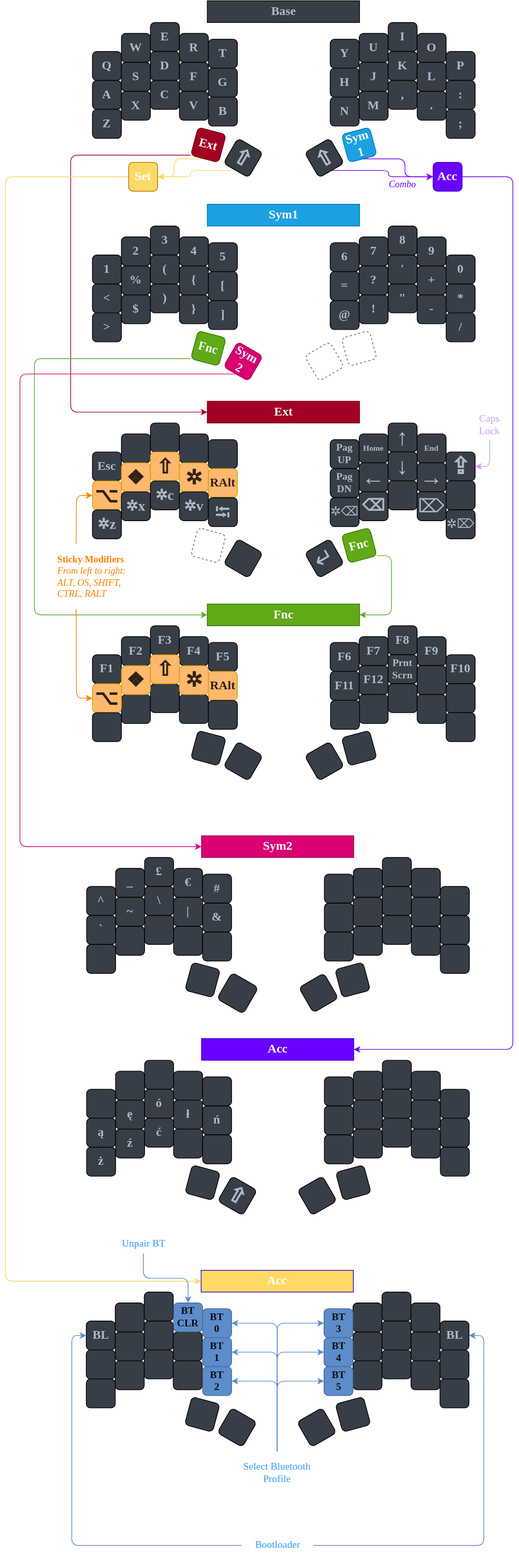
Above: custom.drawio.svg in skyferix/zmk-sweep (draw.io), before the change. Source tidied: cells renumbered, new cells last; positions are measured from the earlier drawing's top-left corner, leaving out a move shared by most shapes.
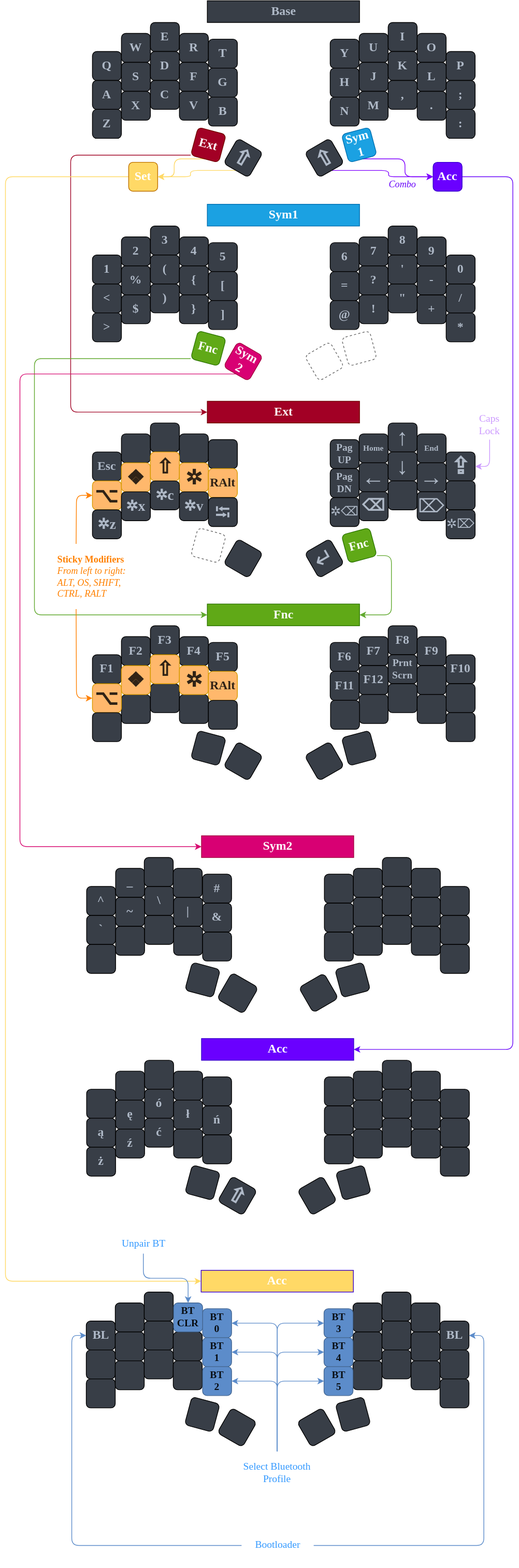
Above is the later version.

The edit, as a diff of the source:
```diff
@@ -97,7 +97,7 @@
       <mxGeometry x="568" y="85" width="40" height="40" as="geometry" />
     </mxCell>
     <mxCell id="31" value=":" style="whiteSpace=wrap;html=1;fontSize=17;fontFamily=Verdana;fontStyle=1;fontColor=#AFB9C7;fillColor=#383E47;rounded=1;" parent="1" vertex="1">
-      <mxGeometry x="608" y="110" width="40" height="40" as="geometry" />
+      <mxGeometry x="608" y="150" width="40" height="40" as="geometry" />
     </mxCell>
     <mxCell id="32" value="N" style="whiteSpace=wrap;html=1;fontSize=17;fontFamily=Verdana;fontStyle=1;fontColor=#AFB9C7;fillColor=#383E47;rounded=1;" parent="1" vertex="1">
       <mxGeometry x="448" y="133" width="40" height="40" as="geometry" />
@@ -112,7 +112,7 @@
       <mxGeometry x="568" y="125" width="40" height="40" as="geometry" />
     </mxCell>
     <mxCell id="36" value=";" style="whiteSpace=wrap;html=1;fontSize=17;fontFamily=Verdana;fontStyle=1;fontColor=#AFB9C7;fillColor=#383E47;rounded=1;" parent="1" vertex="1">
-      <mxGeometry x="608" y="150" width="40" height="40" as="geometry" />
+      <mxGeometry x="608" y="110" width="40" height="40" as="geometry" />
     </mxCell>
     <mxCell id="37" style="edgeStyle=orthogonalEdgeStyle;rounded=1;jettySize=auto;html=1;exitX=0.5;exitY=1;exitDx=0;exitDy=0;entryX=0;entryY=0.5;entryDx=0;entryDy=0;fontFamily=Verdana;fontSize=14;fontColor=#6906F9;strokeColor=#7F00FF;" parent="1" edge="1" source="38" target="115">
       <mxGeometry relative="1" as="geometry" />
@@ -221,10 +221,10 @@
       <mxGeometry x="528" y="351" width="40" height="40" as="geometry" />
     </mxCell>
     <mxCell id="69" value="+" style="whiteSpace=wrap;html=1;fontSize=17;fontFamily=Verdana;fontStyle=1;fontColor=#AFB9C7;fillColor=#383E47;rounded=1;" parent="1" vertex="1">
-      <mxGeometry x="568" y="366" width="40" height="40" as="geometry" />
+      <mxGeometry x="568" y="406" width="40" height="40" as="geometry" />
     </mxCell>
     <mxCell id="70" value="*" style="whiteSpace=wrap;html=1;fontSize=17;fontFamily=Verdana;fontStyle=1;fontColor=#AFB9C7;fillColor=#383E47;rounded=1;" parent="1" vertex="1">
-      <mxGeometry x="608" y="391" width="40" height="40" as="geometry" />
+      <mxGeometry x="608" y="431" width="40" height="40" as="geometry" />
     </mxCell>
     <mxCell id="71" value="@" style="whiteSpace=wrap;html=1;fontSize=17;fontFamily=Verdana;fontStyle=1;fontColor=#AFB9C7;fillColor=#383E47;rounded=1;" parent="1" vertex="1">
       <mxGeometry x="448" y="414" width="40" height="40" as="geometry" />
@@ -236,10 +236,10 @@
       <mxGeometry x="528" y="391" width="40" height="40" as="geometry" />
     </mxCell>
     <mxCell id="74" value="-" style="whiteSpace=wrap;html=1;fontSize=17;fontFamily=Verdana;fontStyle=1;fontColor=#AFB9C7;fillColor=#383E47;rounded=1;" parent="1" vertex="1">
-      <mxGeometry x="568" y="406" width="40" height="40" as="geometry" />
+      <mxGeometry x="568" y="366" width="40" height="40" as="geometry" />
     </mxCell>
     <mxCell id="75" value="/" style="whiteSpace=wrap;html=1;fontSize=17;fontFamily=Verdana;fontStyle=1;fontColor=#AFB9C7;fillColor=#383E47;rounded=1;" parent="1" vertex="1">
-      <mxGeometry x="608" y="431" width="40" height="40" as="geometry" />
+      <mxGeometry x="608" y="391" width="40" height="40" as="geometry" />
     </mxCell>
     <mxCell id="76" style="whiteSpace=wrap;html=1;rotation=-15;fontSize=17;fontFamily=Verdana;fontStyle=1;fontColor=#333333;fillColor=none;strokeColor=#666666;shadow=0;sketch=0;rounded=1;glass=0;dashed=1;" parent="1" vertex="1">
       <mxGeometry x="468" y="460" width="40" height="40" as="geometry" />
@@ -590,12 +590,6 @@
     <mxCell id="186" value="_" style="whiteSpace=wrap;html=1;fontSize=17;fontFamily=Verdana;fontStyle=1;fontColor=#AFB9C7;fillColor=#383E47;rounded=1;" parent="1" vertex="1">
       <mxGeometry x="152" y="1198" width="40" height="40" as="geometry" />
     </mxCell>
-    <mxCell id="187" value="£" style="whiteSpace=wrap;html=1;fontSize=17;fontFamily=Verdana;fontStyle=1;fontColor=#AFB9C7;fillColor=#383E47;rounded=1;" parent="1" vertex="1">
-      <mxGeometry x="192" y="1183" width="40" height="40" as="geometry" />
-    </mxCell>
-    <mxCell id="188" value="€" style="whiteSpace=wrap;html=1;fontSize=17;fontFamily=Verdana;fontStyle=1;fontColor=#AFB9C7;fillColor=#383E47;rounded=1;" parent="1" vertex="1">
-      <mxGeometry x="232" y="1198" width="40" height="40" as="geometry" />
-    </mxCell>
     <mxCell id="189" value="#" style="whiteSpace=wrap;html=1;fontSize=17;fontFamily=Verdana;fontStyle=1;fontColor=#AFB9C7;fillColor=#383E47;rounded=1;" parent="1" vertex="1">
       <mxGeometry x="272" y="1206" width="40" height="40" as="geometry" />
     </mxCell>
@@ -873,5 +867,11 @@
     <mxCell id="277" value="Unpair BT" style="text;html=1;strokeColor=none;fillColor=none;align=center;verticalAlign=middle;whiteSpace=wrap;rounded=0;shadow=0;glass=0;sketch=0;fontFamily=Verdana;fontSize=14;fontColor=#3399FF;" parent="1" vertex="1">
       <mxGeometry x="140.5" y="1703" width="99.5" height="27" as="geometry" />
     </mxCell>
+    <mxCell id="278" style="whiteSpace=wrap;html=1;fontSize=17;fontFamily=Verdana;fontStyle=1;fontColor=#AFB9C7;fillColor=#383E47;rounded=1;" parent="1" vertex="1">
+      <mxGeometry x="191.5" y="1183" width="40" height="40" as="geometry" />
+    </mxCell>
+    <mxCell id="279" style="whiteSpace=wrap;html=1;fontSize=17;fontFamily=Verdana;fontStyle=1;fontColor=#AFB9C7;fillColor=#383E47;rounded=1;" parent="1" vertex="1">
+      <mxGeometry x="231.5" y="1198" width="40" height="40" as="geometry" />
+    </mxCell>
   </root>
 </mxGraphModel>
```
